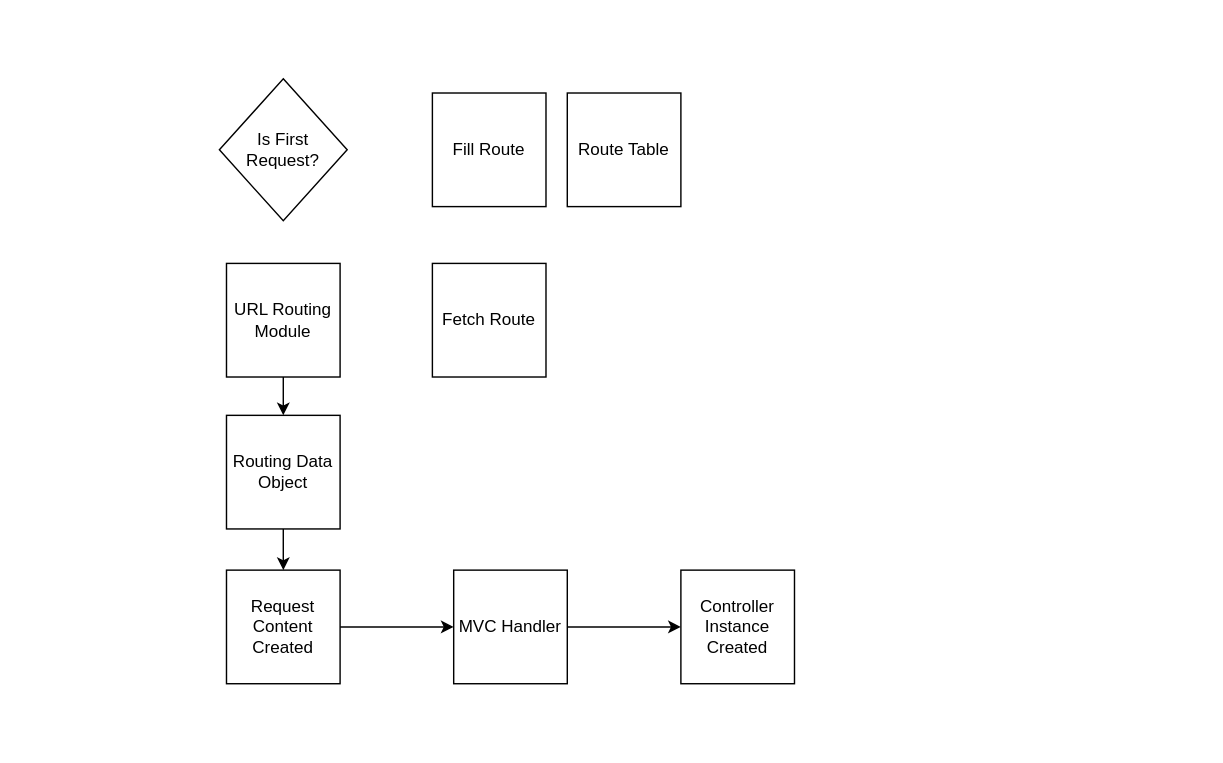
This is MVC Application Life Cycle.drawio from agilemahesh33/MyChallenge, a draw.io file, before an edit. Source tidied: cells renumbered, new cells numbered last; positions are measured from the earlier drawing's top-left corner, leaving out a move shared by most shapes. Both pictures are drawn from the tidied source at 142%, with x=0, y=0 at pixel (219, 78).
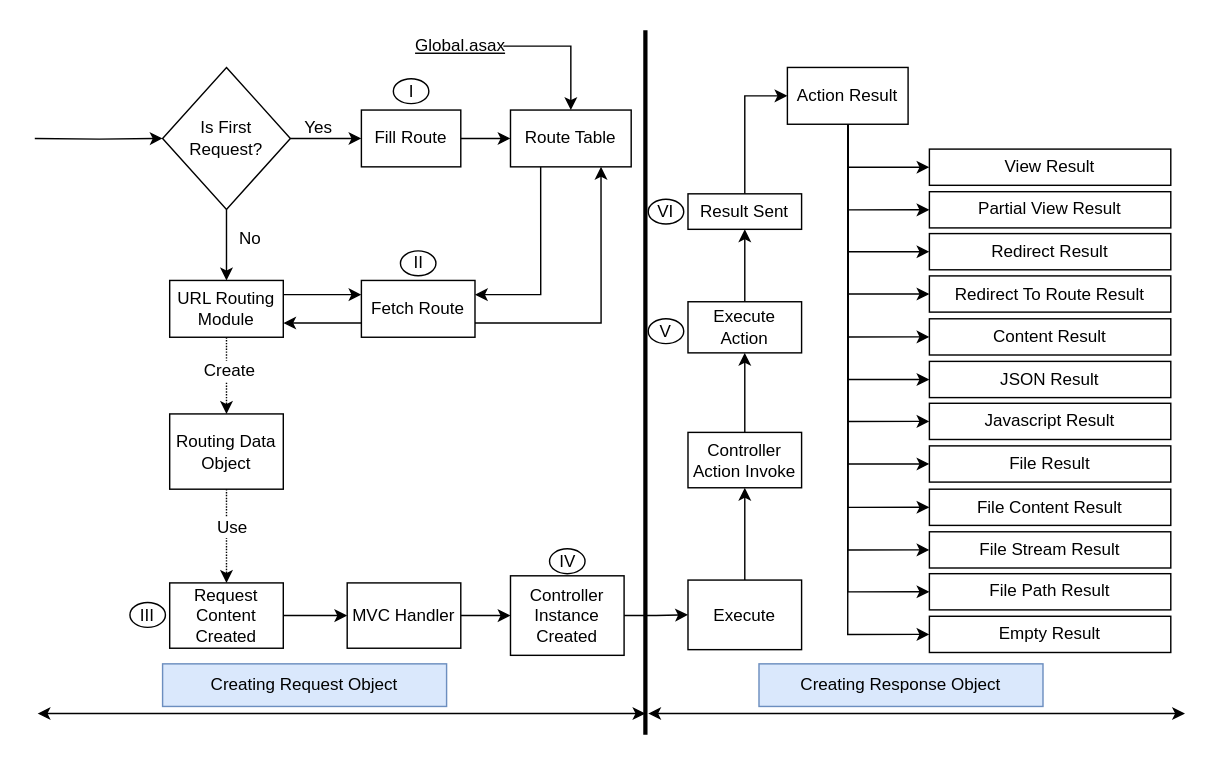
The same page after the edit.

Diff of the diagram source:
```diff
@@
+    <mxCell id="15" style="edgeStyle=orthogonalEdgeStyle;rounded=0;jettySize=auto;html=1;exitX=1;exitY=0.5;exitDx=0;exitDy=0;entryX=0;entryY=0.5;entryDx=0;entryDy=0;fontFamily=Helvetica;fontSize=12;fontColor=default;" parent="1" edge="1" source="2" target="3">
+      <mxGeometry relative="1" as="geometry" />
+    </mxCell>
+    <mxCell id="16" style="edgeStyle=orthogonalEdgeStyle;rounded=0;jettySize=auto;html=1;exitX=0.5;exitY=1;exitDx=0;exitDy=0;entryX=0.5;entryY=0;entryDx=0;entryDy=0;fontFamily=Helvetica;fontSize=12;fontColor=default;" parent="1" edge="1" source="2" target="6">
+      <mxGeometry relative="1" as="geometry" />
+    </mxCell>
     <mxCell id="2" value="Is First Request?" style="rhombus;whiteSpace=wrap;html=1;" parent="1" vertex="1">
-      <mxGeometry width="90" height="100" as="geometry" />
+      <mxGeometry x="-40" y="-8" width="90" height="100" as="geometry" />
     </mxCell>
+    <mxCell id="17" style="edgeStyle=orthogonalEdgeStyle;rounded=0;jettySize=auto;html=1;exitX=1;exitY=0.5;exitDx=0;exitDy=0;entryX=0;entryY=0.5;entryDx=0;entryDy=0;fontFamily=Helvetica;fontSize=12;fontColor=default;" parent="1" edge="1" source="3" target="4">
+      <mxGeometry relative="1" as="geometry" />
+    </mxCell>
     <mxCell id="3" value="Fill Route" style="whiteSpace=wrap;html=1;" parent="1" vertex="1">
-      <mxGeometry x="150" y="10" width="80" height="80" as="geometry" />
+      <mxGeometry x="100" y="22" width="70" height="40" as="geometry" />
     </mxCell>
+    <mxCell id="18" style="edgeStyle=orthogonalEdgeStyle;rounded=0;jettySize=auto;html=1;exitX=0.25;exitY=1;exitDx=0;exitDy=0;entryX=1;entryY=0.25;entryDx=0;entryDy=0;fontFamily=Helvetica;fontSize=12;fontColor=default;" parent="1" edge="1" source="4" target="7">
+      <mxGeometry relative="1" as="geometry" />
+    </mxCell>
     <mxCell id="4" value="Route Table" style="whiteSpace=wrap;html=1;" parent="1" vertex="1">
-      <mxGeometry x="245" y="10" width="80" height="80" as="geometry" />
+      <mxGeometry x="205" y="22" width="85" height="40" as="geometry" />
     </mxCell>
-    <mxCell id="5" style="edgeStyle=orthogonalEdgeStyle;rounded=0;jettySize=auto;html=1;" parent="1" edge="1" source="6" target="9">
+    <mxCell id="5" style="edgeStyle=orthogonalEdgeStyle;rounded=0;jettySize=auto;html=1;dashed=1;dashPattern=1 1;" parent="1" edge="1" source="6" target="9">
       <mxGeometry relative="1" as="geometry" />
     </mxCell>
+    <mxCell id="19" value="Create" style="edgeLabel;html=1;align=center;verticalAlign=middle;strokeColor=default;fontFamily=Helvetica;fontSize=12;fontColor=default;fillColor=default;" parent="5" vertex="1">
+      <mxGeometry x="-0.33" y="1" relative="1" as="geometry">
+        <mxPoint y="5" as="offset" />
+      </mxGeometry>
+    </mxCell>
+    <mxCell id="20" style="edgeStyle=orthogonalEdgeStyle;rounded=0;jettySize=auto;html=1;exitX=1;exitY=0.25;exitDx=0;exitDy=0;entryX=0;entryY=0.25;entryDx=0;entryDy=0;fontFamily=Helvetica;fontSize=12;fontColor=default;" parent="1" edge="1" source="6" target="7">
+      <mxGeometry relative="1" as="geometry" />
+    </mxCell>
     <mxCell id="6" value="URL Routing Module" style="whiteSpace=wrap;html=1;" parent="1" vertex="1">
-      <mxGeometry x="5" y="130" width="80" height="80" as="geometry" />
+      <mxGeometry x="-35" y="142" width="80" height="40" as="geometry" />
     </mxCell>
+    <mxCell id="21" style="edgeStyle=orthogonalEdgeStyle;rounded=0;jettySize=auto;html=1;exitX=0;exitY=0.75;exitDx=0;exitDy=0;entryX=1;entryY=0.75;entryDx=0;entryDy=0;fontFamily=Helvetica;fontSize=12;fontColor=default;" parent="1" edge="1" source="7" target="6">
+      <mxGeometry relative="1" as="geometry" />
+    </mxCell>
+    <mxCell id="22" style="edgeStyle=orthogonalEdgeStyle;rounded=0;jettySize=auto;html=1;exitX=1;exitY=0.75;exitDx=0;exitDy=0;entryX=0.75;entryY=1;entryDx=0;entryDy=0;fontFamily=Helvetica;fontSize=12;fontColor=default;" parent="1" edge="1" source="7" target="4">
+      <mxGeometry relative="1" as="geometry" />
+    </mxCell>
     <mxCell id="7" value="Fetch Route" style="whiteSpace=wrap;html=1;" parent="1" vertex="1">
-      <mxGeometry x="150" y="130" width="80" height="80" as="geometry" />
+      <mxGeometry x="100" y="142" width="80" height="40" as="geometry" />
     </mxCell>
-    <mxCell id="8" style="edgeStyle=orthogonalEdgeStyle;rounded=0;jettySize=auto;html=1;" parent="1" edge="1" source="9" target="11">
+    <mxCell id="8" style="edgeStyle=orthogonalEdgeStyle;rounded=0;jettySize=auto;html=1;dashed=1;dashPattern=1 1;" parent="1" edge="1" source="9" target="11">
       <mxGeometry relative="1" as="geometry" />
     </mxCell>
+    <mxCell id="23" value="Use" style="edgeLabel;html=1;align=center;verticalAlign=middle;strokeColor=default;fontFamily=Helvetica;fontSize=12;fontColor=default;fillColor=default;" parent="8" vertex="1">
+      <mxGeometry x="-0.21" y="3" relative="1" as="geometry" />
+    </mxCell>
     <mxCell id="9" value="Routing Data Object" style="whiteSpace=wrap;html=1;" parent="1" vertex="1">
-      <mxGeometry x="5" y="237" width="80" height="80" as="geometry" />
+      <mxGeometry x="-35" y="236" width="80" height="53" as="geometry" />
     </mxCell>
@@
     <mxCell id="11" value="Request Content Created" style="whiteSpace=wrap;html=1;" parent="1" vertex="1">
-      <mxGeometry x="5" y="346" width="80" height="80" as="geometry" />
+      <mxGeometry x="-35" y="355" width="80" height="46" as="geometry" />
     </mxCell>
@@
     <mxCell id="13" value="MVC Handler" style="whiteSpace=wrap;html=1;" parent="1" vertex="1">
-      <mxGeometry x="165" y="346" width="80" height="80" as="geometry" />
+      <mxGeometry x="90" y="355" width="80" height="46" as="geometry" />
     </mxCell>
+    <mxCell id="24" style="edgeStyle=orthogonalEdgeStyle;rounded=0;jettySize=auto;html=1;exitX=1;exitY=0.5;exitDx=0;exitDy=0;entryX=0;entryY=0.5;entryDx=0;entryDy=0;fontFamily=Helvetica;fontSize=12;fontColor=default;" parent="1" edge="1" source="14" target="26">
+      <mxGeometry relative="1" as="geometry" />
+    </mxCell>
     <mxCell id="14" value="Controller Instance Created" style="whiteSpace=wrap;html=1;" parent="1" vertex="1">
-      <mxGeometry x="325" y="346" width="80" height="80" as="geometry" />
+      <mxGeometry x="205" y="350" width="80" height="56" as="geometry" />
     </mxCell>
+    <mxCell id="25" style="edgeStyle=orthogonalEdgeStyle;rounded=0;jettySize=auto;html=1;exitX=0.5;exitY=0;exitDx=0;exitDy=0;entryX=0.5;entryY=1;entryDx=0;entryDy=0;fontFamily=Helvetica;fontSize=12;fontColor=default;" parent="1" edge="1" source="26" target="28">
+      <mxGeometry relative="1" as="geometry" />
+    </mxCell>
+    <mxCell id="26" value="Execute" style="whiteSpace=wrap;html=1;" parent="1" vertex="1">
+      <mxGeometry x="330" y="353" width="80" height="49" as="geometry" />
+    </mxCell>
+    <mxCell id="27" style="edgeStyle=orthogonalEdgeStyle;rounded=0;jettySize=auto;html=1;exitX=0.5;exitY=0;exitDx=0;exitDy=0;entryX=0.5;entryY=1;entryDx=0;entryDy=0;fontFamily=Helvetica;fontSize=12;fontColor=default;" parent="1" edge="1" source="28" target="30">
+      <mxGeometry relative="1" as="geometry" />
+    </mxCell>
+    <mxCell id="28" value="Controller Action Invoke" style="whiteSpace=wrap;html=1;" parent="1" vertex="1">
+      <mxGeometry x="330" y="249" width="80" height="39" as="geometry" />
+    </mxCell>
+    <mxCell id="29" style="edgeStyle=orthogonalEdgeStyle;rounded=0;jettySize=auto;html=1;exitX=0.5;exitY=0;exitDx=0;exitDy=0;entryX=0.5;entryY=1;entryDx=0;entryDy=0;fontFamily=Helvetica;fontSize=12;fontColor=default;" parent="1" edge="1" source="30" target="32">
+      <mxGeometry relative="1" as="geometry" />
+    </mxCell>
+    <mxCell id="30" value="Execute Action" style="whiteSpace=wrap;html=1;" parent="1" vertex="1">
+      <mxGeometry x="330" y="157" width="80" height="36" as="geometry" />
+    </mxCell>
+    <mxCell id="31" style="edgeStyle=orthogonalEdgeStyle;rounded=0;jettySize=auto;html=1;exitX=0.5;exitY=0;exitDx=0;exitDy=0;entryX=0;entryY=0.5;entryDx=0;entryDy=0;fontFamily=Helvetica;fontSize=12;fontColor=default;" parent="1" edge="1" source="32" target="57">
+      <mxGeometry relative="1" as="geometry" />
+    </mxCell>
+    <mxCell id="32" value="Result Sent" style="whiteSpace=wrap;html=1;" parent="1" vertex="1">
+      <mxGeometry x="330" y="81" width="80" height="25" as="geometry" />
+    </mxCell>
+    <mxCell id="33" value="View Result" style="whiteSpace=wrap;html=1;" parent="1" vertex="1">
+      <mxGeometry x="500" y="49.5" width="170" height="25.5" as="geometry" />
+    </mxCell>
+    <mxCell id="34" value="Partial View Result" style="whiteSpace=wrap;html=1;" parent="1" vertex="1">
+      <mxGeometry x="500" y="79.5" width="170" height="25.5" as="geometry" />
+    </mxCell>
+    <mxCell id="35" value="Redirect Result" style="whiteSpace=wrap;html=1;" parent="1" vertex="1">
+      <mxGeometry x="500" y="109" width="170" height="25.5" as="geometry" />
+    </mxCell>
+    <mxCell id="36" value="Redirect To Route Result" style="whiteSpace=wrap;html=1;" parent="1" vertex="1">
+      <mxGeometry x="500" y="138.8" width="170" height="25.5" as="geometry" />
+    </mxCell>
+    <mxCell id="37" value="Content Result" style="whiteSpace=wrap;html=1;" parent="1" vertex="1">
+      <mxGeometry x="500" y="169" width="170" height="25.5" as="geometry" />
+    </mxCell>
+    <mxCell id="38" value="JSON Result" style="whiteSpace=wrap;html=1;" parent="1" vertex="1">
+      <mxGeometry x="500" y="199" width="170" height="25.5" as="geometry" />
+    </mxCell>
+    <mxCell id="39" value="Javascript Result" style="whiteSpace=wrap;html=1;" parent="1" vertex="1">
+      <mxGeometry x="500" y="228.5" width="170" height="25.5" as="geometry" />
+    </mxCell>
+    <mxCell id="40" value="File Result" style="whiteSpace=wrap;html=1;" parent="1" vertex="1">
+      <mxGeometry x="500" y="258.5" width="170" height="25.5" as="geometry" />
+    </mxCell>
+    <mxCell id="41" value="File Content Result" style="whiteSpace=wrap;html=1;" parent="1" vertex="1">
+      <mxGeometry x="500" y="289" width="170" height="25.5" as="geometry" />
+    </mxCell>
+    <mxCell id="42" value="File Stream Result" style="whiteSpace=wrap;html=1;" parent="1" vertex="1">
+      <mxGeometry x="500" y="319" width="170" height="25.5" as="geometry" />
+    </mxCell>
+    <mxCell id="43" value="File Path Result" style="whiteSpace=wrap;html=1;" parent="1" vertex="1">
+      <mxGeometry x="500" y="348.5" width="170" height="25.5" as="geometry" />
+    </mxCell>
+    <mxCell id="44" value="Empty Result" style="whiteSpace=wrap;html=1;" parent="1" vertex="1">
+      <mxGeometry x="500" y="378.5" width="170" height="25.5" as="geometry" />
+    </mxCell>
+    <mxCell id="45" style="edgeStyle=orthogonalEdgeStyle;rounded=0;jettySize=auto;html=1;exitX=0.5;exitY=1;exitDx=0;exitDy=0;entryX=0;entryY=0.5;entryDx=0;entryDy=0;fontFamily=Helvetica;fontSize=12;fontColor=default;" parent="1" edge="1" source="57" target="33">
+      <mxGeometry relative="1" as="geometry" />
+    </mxCell>
+    <mxCell id="46" style="edgeStyle=orthogonalEdgeStyle;rounded=0;jettySize=auto;html=1;exitX=0.5;exitY=1;exitDx=0;exitDy=0;entryX=0;entryY=0.5;entryDx=0;entryDy=0;fontFamily=Helvetica;fontSize=12;fontColor=default;" parent="1" edge="1" source="57" target="34">
+      <mxGeometry relative="1" as="geometry" />
+    </mxCell>
+    <mxCell id="47" style="edgeStyle=orthogonalEdgeStyle;rounded=0;jettySize=auto;html=1;exitX=0.5;exitY=1;exitDx=0;exitDy=0;entryX=0;entryY=0.5;entryDx=0;entryDy=0;fontFamily=Helvetica;fontSize=12;fontColor=default;" parent="1" edge="1" source="57" target="35">
+      <mxGeometry relative="1" as="geometry" />
+    </mxCell>
+    <mxCell id="48" style="edgeStyle=orthogonalEdgeStyle;rounded=0;jettySize=auto;html=1;exitX=0.5;exitY=1;exitDx=0;exitDy=0;entryX=0;entryY=0.5;entryDx=0;entryDy=0;fontFamily=Helvetica;fontSize=12;fontColor=default;" parent="1" edge="1" source="57" target="36">
+      <mxGeometry relative="1" as="geometry" />
+    </mxCell>
+    <mxCell id="49" style="edgeStyle=orthogonalEdgeStyle;rounded=0;jettySize=auto;html=1;exitX=0.5;exitY=1;exitDx=0;exitDy=0;entryX=0;entryY=0.5;entryDx=0;entryDy=0;fontFamily=Helvetica;fontSize=12;fontColor=default;" parent="1" edge="1" source="57" target="37">
+      <mxGeometry relative="1" as="geometry" />
+    </mxCell>
+    <mxCell id="50" style="edgeStyle=orthogonalEdgeStyle;rounded=0;jettySize=auto;html=1;exitX=0.5;exitY=1;exitDx=0;exitDy=0;entryX=0;entryY=0.5;entryDx=0;entryDy=0;fontFamily=Helvetica;fontSize=12;fontColor=default;" parent="1" edge="1" source="57" target="38">
+      <mxGeometry relative="1" as="geometry" />
+    </mxCell>
+    <mxCell id="51" style="edgeStyle=orthogonalEdgeStyle;rounded=0;jettySize=auto;html=1;exitX=0.5;exitY=1;exitDx=0;exitDy=0;entryX=0;entryY=0.5;entryDx=0;entryDy=0;fontFamily=Helvetica;fontSize=12;fontColor=default;" parent="1" edge="1" source="57" target="39">
+      <mxGeometry relative="1" as="geometry" />
+    </mxCell>
+    <mxCell id="52" style="edgeStyle=orthogonalEdgeStyle;rounded=0;jettySize=auto;html=1;exitX=0.5;exitY=1;exitDx=0;exitDy=0;fontFamily=Helvetica;fontSize=12;fontColor=default;entryX=0;entryY=0.5;entryDx=0;entryDy=0;" parent="1" edge="1" source="57" target="40">
+      <mxGeometry relative="1" as="geometry" />
+    </mxCell>
+    <mxCell id="53" style="edgeStyle=orthogonalEdgeStyle;rounded=0;jettySize=auto;html=1;exitX=0.5;exitY=1;exitDx=0;exitDy=0;entryX=0;entryY=0.5;entryDx=0;entryDy=0;fontFamily=Helvetica;fontSize=12;fontColor=default;" parent="1" edge="1" source="57" target="41">
+      <mxGeometry relative="1" as="geometry" />
+    </mxCell>
+    <mxCell id="54" style="edgeStyle=orthogonalEdgeStyle;rounded=0;jettySize=auto;html=1;exitX=0.5;exitY=1;exitDx=0;exitDy=0;entryX=0;entryY=0.5;entryDx=0;entryDy=0;fontFamily=Helvetica;fontSize=12;fontColor=default;" parent="1" edge="1" source="57" target="44">
+      <mxGeometry relative="1" as="geometry" />
+    </mxCell>
+    <mxCell id="55" style="edgeStyle=orthogonalEdgeStyle;rounded=0;jettySize=auto;html=1;exitX=0.5;exitY=1;exitDx=0;exitDy=0;entryX=0;entryY=0.5;entryDx=0;entryDy=0;fontFamily=Helvetica;fontSize=12;fontColor=default;" parent="1" edge="1" source="57" target="42">
+      <mxGeometry relative="1" as="geometry" />
+    </mxCell>
+    <mxCell id="56" style="edgeStyle=orthogonalEdgeStyle;rounded=0;jettySize=auto;html=1;exitX=0.5;exitY=1;exitDx=0;exitDy=0;entryX=0;entryY=0.5;entryDx=0;entryDy=0;fontFamily=Helvetica;fontSize=12;fontColor=default;" parent="1" edge="1" source="57" target="43">
+      <mxGeometry relative="1" as="geometry" />
+    </mxCell>
+    <mxCell id="57" value="Action Result" style="whiteSpace=wrap;html=1;" parent="1" vertex="1">
+      <mxGeometry x="400" y="-8" width="85" height="40" as="geometry" />
+    </mxCell>
+    <mxCell id="58" style="edgeStyle=orthogonalEdgeStyle;rounded=0;jettySize=auto;html=1;exitX=1;exitY=0.5;exitDx=0;exitDy=0;entryX=0.5;entryY=0;entryDx=0;entryDy=0;fontFamily=Helvetica;fontSize=12;fontColor=default;" parent="1" edge="1" source="59" target="4">
+      <mxGeometry relative="1" as="geometry" />
+    </mxCell>
+    <mxCell id="59" value="Global.asax" style="text;html=1;align=center;verticalAlign=middle;whiteSpace=wrap;rounded=0;fontFamily=Helvetica;fontSize=12;fontColor=default;fontStyle=4;" parent="1" vertex="1">
+      <mxGeometry x="140" y="-38" width="60" height="30" as="geometry" />
+    </mxCell>
+    <mxCell id="60" style="edgeStyle=orthogonalEdgeStyle;rounded=0;jettySize=auto;html=1;entryX=0;entryY=0.5;entryDx=0;entryDy=0;fontFamily=Helvetica;fontSize=12;fontColor=default;" parent="1" edge="1" target="2">
+      <mxGeometry relative="1" as="geometry">
+        <mxPoint x="-130" y="42" as="sourcePoint" />
+      </mxGeometry>
+    </mxCell>
+    <mxCell id="61" value="Yes" style="text;html=1;align=center;verticalAlign=middle;whiteSpace=wrap;rounded=0;fontFamily=Helvetica;fontSize=12;fontColor=default;" parent="1" vertex="1">
+      <mxGeometry x="40" y="19.5" width="60" height="30" as="geometry" />
+    </mxCell>
+    <mxCell id="62" value="No" style="text;html=1;align=center;verticalAlign=middle;whiteSpace=wrap;rounded=0;fontFamily=Helvetica;fontSize=12;fontColor=default;" parent="1" vertex="1">
+      <mxGeometry x="-8" y="98" width="60" height="30" as="geometry" />
+    </mxCell>
+    <mxCell id="63" value="I" style="ellipse;whiteSpace=wrap;html=1;strokeColor=default;align=center;verticalAlign=middle;fontFamily=Helvetica;fontSize=12;fontColor=default;fillColor=default;" parent="1" vertex="1">
+      <mxGeometry x="122.5" width="25" height="17.5" as="geometry" />
+    </mxCell>
+    <mxCell id="64" value="II" style="ellipse;whiteSpace=wrap;html=1;strokeColor=default;align=center;verticalAlign=middle;fontFamily=Helvetica;fontSize=12;fontColor=default;fillColor=default;" parent="1" vertex="1">
+      <mxGeometry x="127.5" y="121.2" width="25" height="17.5" as="geometry" />
+    </mxCell>
+    <mxCell id="65" value="III" style="ellipse;whiteSpace=wrap;html=1;strokeColor=default;align=center;verticalAlign=middle;fontFamily=Helvetica;fontSize=12;fontColor=default;fillColor=default;" parent="1" vertex="1">
+      <mxGeometry x="-63" y="368.8" width="25" height="17.5" as="geometry" />
+    </mxCell>
+    <mxCell id="66" value="IV" style="ellipse;whiteSpace=wrap;html=1;strokeColor=default;align=center;verticalAlign=middle;fontFamily=Helvetica;fontSize=12;fontColor=default;fillColor=default;" parent="1" vertex="1">
+      <mxGeometry x="232.5" y="331" width="25" height="17.5" as="geometry" />
+    </mxCell>
+    <mxCell id="67" value="V" style="ellipse;whiteSpace=wrap;html=1;strokeColor=default;align=center;verticalAlign=middle;fontFamily=Helvetica;fontSize=12;fontColor=default;fillColor=default;" parent="1" vertex="1">
+      <mxGeometry x="302" y="169" width="25" height="17.5" as="geometry" />
+    </mxCell>
+    <mxCell id="68" value="VI" style="ellipse;whiteSpace=wrap;html=1;strokeColor=default;align=center;verticalAlign=middle;fontFamily=Helvetica;fontSize=12;fontColor=default;fillColor=default;" parent="1" vertex="1">
+      <mxGeometry x="302" y="84.8" width="25" height="17.5" as="geometry" />
+    </mxCell>
+    <mxCell id="69" style="endArrow=classic;startArrow=classic;html=1;rounded=0;fontFamily=Helvetica;fontSize=12;fontColor=default;" parent="1" edge="1">
+      <mxGeometry relative="1" as="geometry">
+        <mxPoint x="-128" y="447" as="sourcePoint" />
+        <mxPoint x="300" y="447" as="targetPoint" />
+      </mxGeometry>
+    </mxCell>
+    <mxCell id="70" style="endArrow=none;html=1;rounded=0;fontFamily=Helvetica;fontSize=12;fontColor=default;strokeWidth=3;" parent="1" edge="1">
+      <mxGeometry relative="1" as="geometry">
+        <mxPoint x="300" y="-34.2" as="sourcePoint" />
+        <mxPoint x="300" y="462" as="targetPoint" />
+      </mxGeometry>
+    </mxCell>
+    <mxCell id="71" style="endArrow=classic;startArrow=classic;html=1;rounded=0;fontFamily=Helvetica;fontSize=12;fontColor=default;" parent="1" edge="1">
+      <mxGeometry relative="1" as="geometry">
+        <mxPoint x="302" y="447" as="sourcePoint" />
+        <mxPoint x="680" y="447" as="targetPoint" />
+      </mxGeometry>
+    </mxCell>
+    <mxCell id="72" value="Creating Response Object" style="text;html=1;align=center;verticalAlign=middle;whiteSpace=wrap;rounded=0;fontFamily=Helvetica;fontSize=12;fillColor=#dae8fc;strokeColor=#6c8ebf;" parent="1" vertex="1">
+      <mxGeometry x="380" y="412" width="200" height="30" as="geometry" />
+    </mxCell>
+    <mxCell id="73" value="Creating Request Object" style="text;html=1;align=center;verticalAlign=middle;whiteSpace=wrap;rounded=0;fontFamily=Helvetica;fontSize=12;fillColor=#dae8fc;strokeColor=#6c8ebf;" parent="1" vertex="1">
+      <mxGeometry x="-40" y="412" width="200" height="30" as="geometry" />
+    </mxCell>
```
